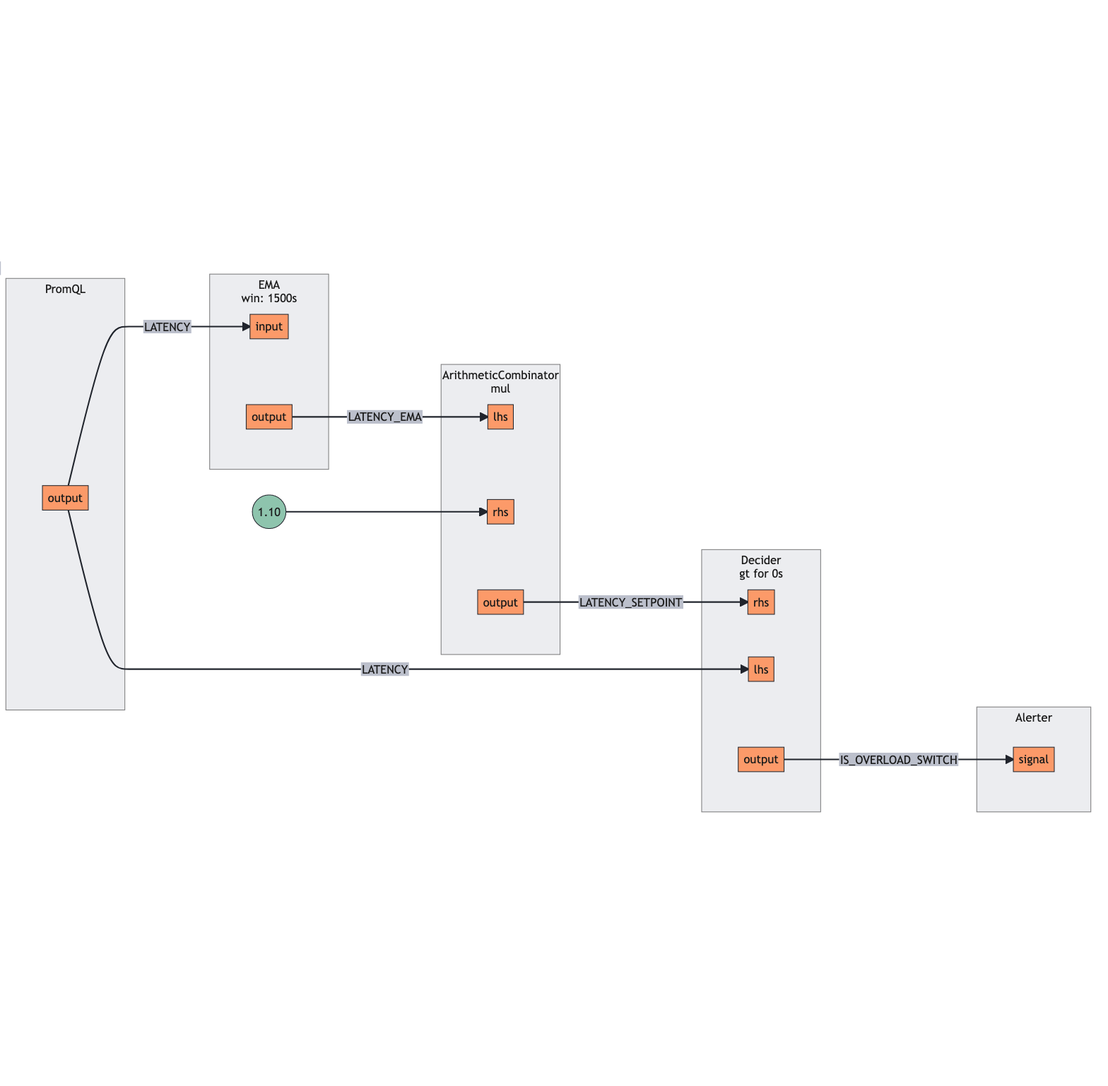
Earlier version of the Mermaid export docs/content/tutorials/signal-processing/assets/detecting-overload/detecting-overload.mmd.png (fluxninja/aperture). Its source is kept beside it as docs/content/tutorials/signal-processing/assets/detecting-overload/detecting-overload.mmd.
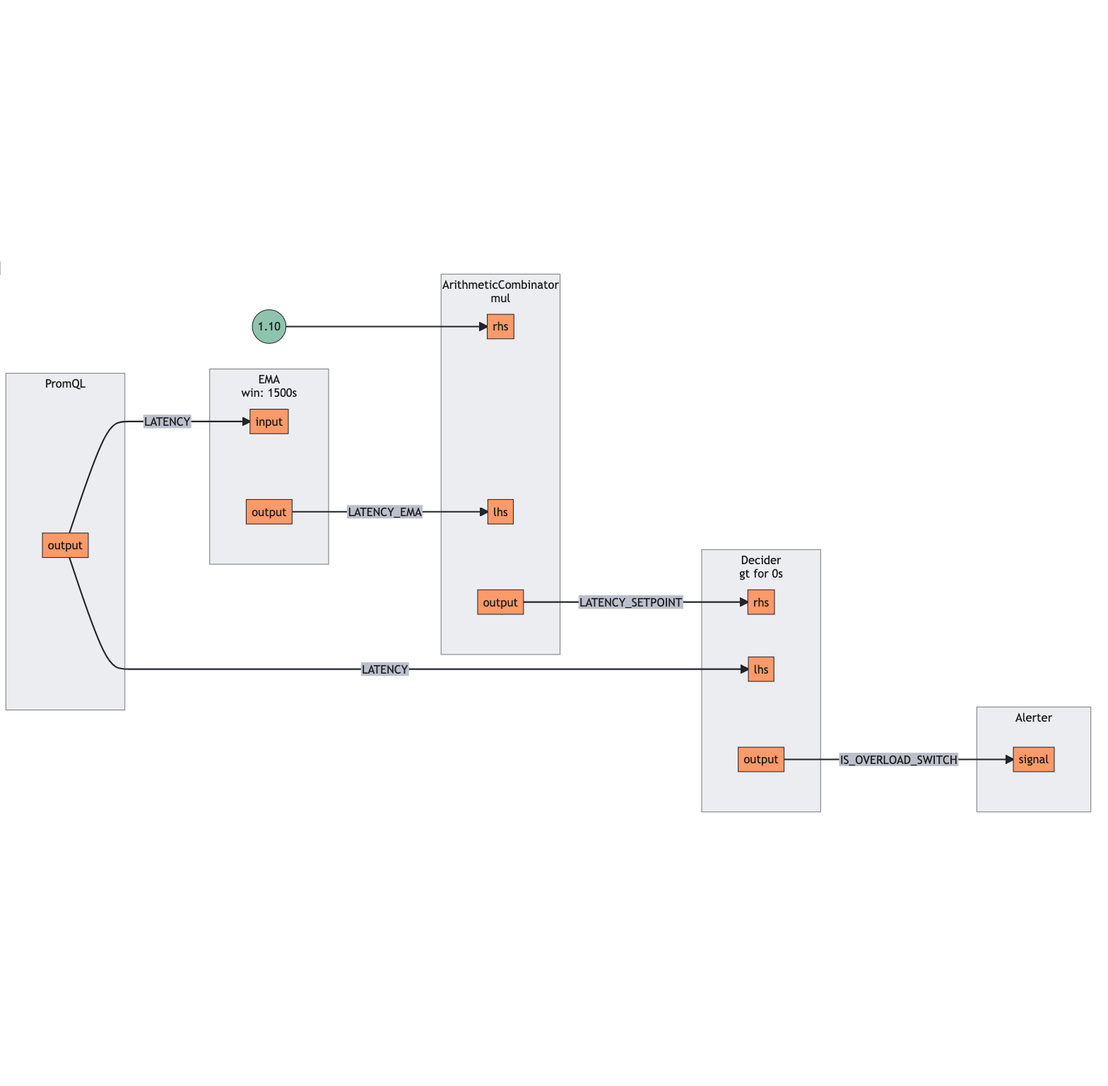
After the change.

The edit, as a diff of the source:
```diff
@@ -18,8 +18,8 @@
 subgraph root.2[<center>ArithmeticCombinator<br/>mul</center>]
 subgraph root.2_inports[ ]
 style root.2_inports fill:none,stroke:none
+root.2rhs[rhs]
 root.2lhs[lhs]
-root.2rhs[rhs]
 end
 subgraph root.2_outports[ ]
 style root.2_outports fill:none,stroke:none
@@ -45,8 +45,8 @@
 root.4signal[signal]
 end
 end
+root.3output --> |IS_OVERLOAD_SWITCH| root.4signal
 root.0output --> |LATENCY| root.1input
 root.0output --> |LATENCY| root.3lhs
 root.1output --> |LATENCY_EMA| root.2lhs
 root.2output --> |LATENCY_SETPOINT| root.3rhs
-root.3output --> |IS_OVERLOAD_SWITCH| root.4signal
```
